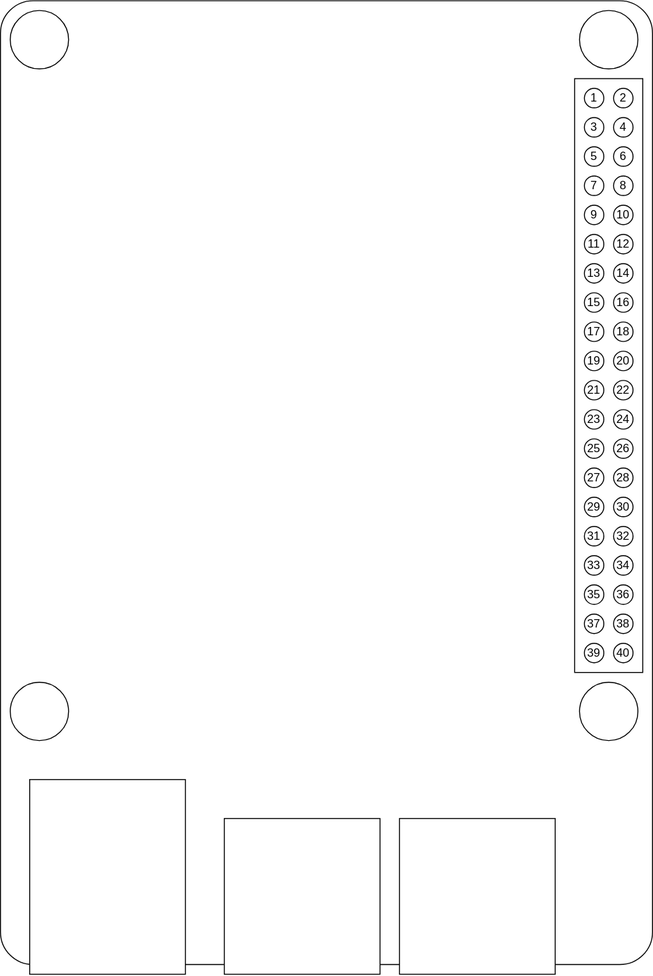
Earlier version of the draw.io export rpi-drivers/docs/PCF8591-schema.svg (jveverka/rpi-projects). Source tidied: cells renumbered, new cells last; positions are measured from the earlier drawing's top-left corner, leaving out a move shared by most shapes.
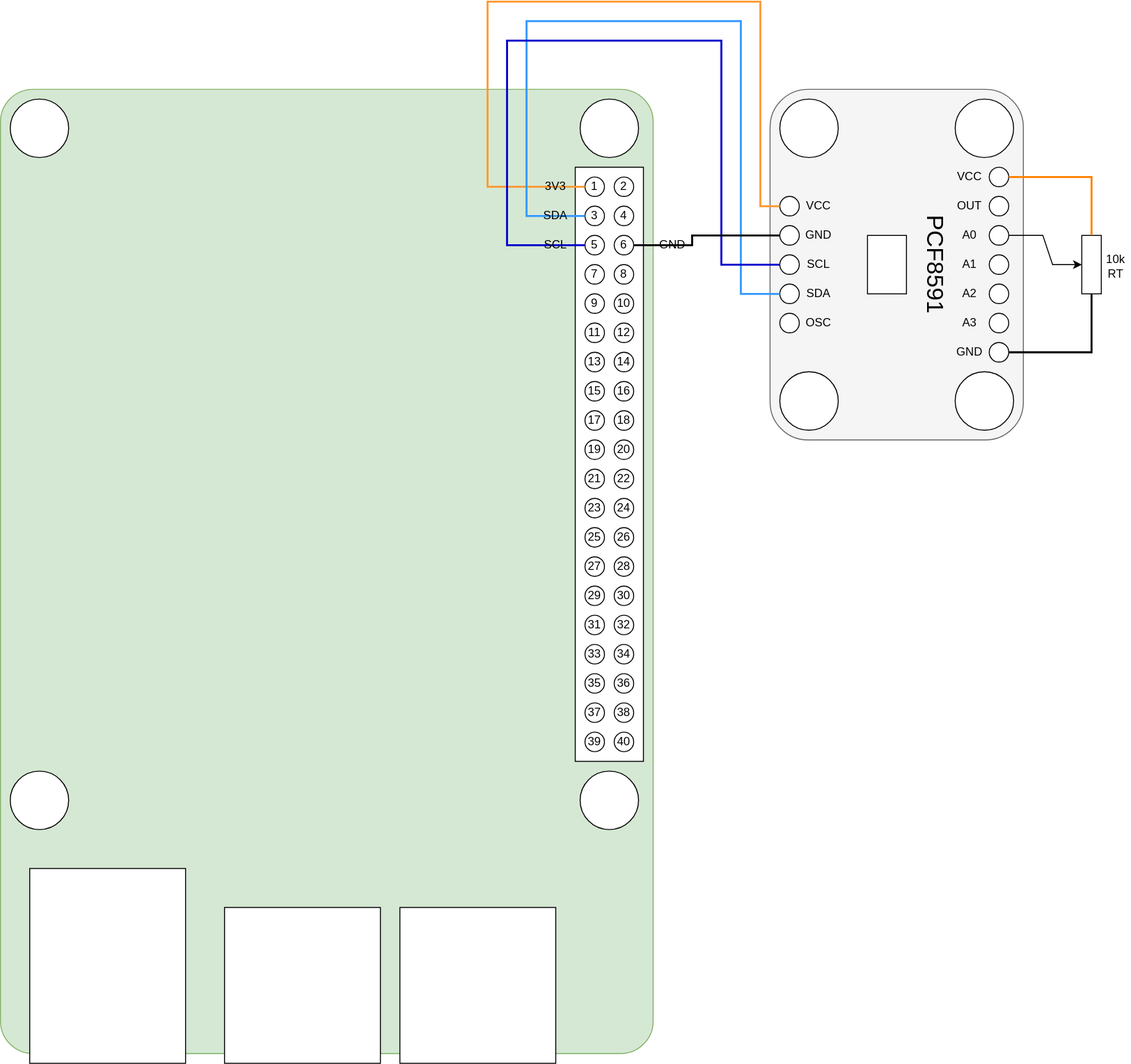
After the change.

Change to the diagram source:
```diff
@@ -2,7 +2,7 @@
   <root>
     <mxCell id="0" />
     <mxCell id="1" parent="0" />
-    <mxCell id="2" style="rounded=1;whiteSpace=wrap;html=1;arcSize=5;" parent="1" vertex="1">
+    <mxCell id="2" style="rounded=1;whiteSpace=wrap;html=1;arcSize=5;fillColor=#d5e8d4;strokeColor=#82b366;" parent="1" vertex="1">
       <mxGeometry width="670" height="990" as="geometry" />
     </mxCell>
     <mxCell id="3" style="ellipse;whiteSpace=wrap;html=1;" parent="1" vertex="1">
@@ -149,5 +149,187 @@
     <mxCell id="50" style="ellipse;whiteSpace=wrap;html=1;" parent="1" vertex="1">
       <mxGeometry x="10" y="10" width="60" height="60" as="geometry" />
     </mxCell>
+    <mxCell id="51" style="rounded=1;whiteSpace=wrap;html=1;fillColor=#f5f5f5;strokeColor=#666666;fontColor=#333333;" parent="1" vertex="1">
+      <mxGeometry x="790" width="260" height="360" as="geometry" />
+    </mxCell>
+    <mxCell id="52" style="ellipse;whiteSpace=wrap;html=1;" parent="1" vertex="1">
+      <mxGeometry x="980" y="10" width="60" height="60" as="geometry" />
+    </mxCell>
+    <mxCell id="53" style="ellipse;whiteSpace=wrap;html=1;" parent="1" vertex="1">
+      <mxGeometry x="800" y="110" width="20" height="20" as="geometry" />
+    </mxCell>
+    <mxCell id="54" style="ellipse;whiteSpace=wrap;html=1;" parent="1" vertex="1">
+      <mxGeometry x="800" y="140" width="20" height="20" as="geometry" />
+    </mxCell>
+    <mxCell id="55" style="ellipse;whiteSpace=wrap;html=1;" parent="1" vertex="1">
+      <mxGeometry x="800" y="170" width="20" height="20" as="geometry" />
+    </mxCell>
+    <mxCell id="56" style="ellipse;whiteSpace=wrap;html=1;" parent="1" vertex="1">
+      <mxGeometry x="800" y="200" width="20" height="20" as="geometry" />
+    </mxCell>
+    <mxCell id="57" style="ellipse;whiteSpace=wrap;html=1;" parent="1" vertex="1">
+      <mxGeometry x="800" y="230" width="20" height="20" as="geometry" />
+    </mxCell>
+    <mxCell id="58" value="VCC" style="text;html=1;strokeColor=none;fillColor=none;align=center;verticalAlign=middle;whiteSpace=wrap;rounded=0;" parent="1" vertex="1">
+      <mxGeometry x="820" y="105" width="40" height="30" as="geometry" />
+    </mxCell>
+    <mxCell id="59" value="GND" style="text;html=1;strokeColor=none;fillColor=none;align=center;verticalAlign=middle;whiteSpace=wrap;rounded=0;" parent="1" vertex="1">
+      <mxGeometry x="820" y="135" width="40" height="30" as="geometry" />
+    </mxCell>
+    <mxCell id="60" value="SCL" style="text;html=1;strokeColor=none;fillColor=none;align=center;verticalAlign=middle;whiteSpace=wrap;rounded=0;" parent="1" vertex="1">
+      <mxGeometry x="820" y="165" width="40" height="30" as="geometry" />
+    </mxCell>
+    <mxCell id="61" value="SDA" style="text;html=1;strokeColor=none;fillColor=none;align=center;verticalAlign=middle;whiteSpace=wrap;rounded=0;" parent="1" vertex="1">
+      <mxGeometry x="820" y="195" width="40" height="30" as="geometry" />
+    </mxCell>
+    <mxCell id="62" value="OSC" style="text;html=1;strokeColor=none;fillColor=none;align=center;verticalAlign=middle;whiteSpace=wrap;rounded=0;" parent="1" vertex="1">
+      <mxGeometry x="820" y="225" width="40" height="30" as="geometry" />
+    </mxCell>
+    <mxCell id="63" style="ellipse;whiteSpace=wrap;html=1;" parent="1" vertex="1">
+      <mxGeometry x="980" y="290" width="60" height="60" as="geometry" />
+    </mxCell>
+    <mxCell id="64" style="ellipse;whiteSpace=wrap;html=1;" parent="1" vertex="1">
+      <mxGeometry x="800" y="290" width="60" height="60" as="geometry" />
+    </mxCell>
+    <mxCell id="65" style="ellipse;whiteSpace=wrap;html=1;" parent="1" vertex="1">
+      <mxGeometry x="800" y="10" width="60" height="60" as="geometry" />
+    </mxCell>
+    <mxCell id="66" value="&lt;font style=&quot;font-size: 24px&quot;&gt;PCF8591&lt;br&gt;&lt;/font&gt;" style="text;html=1;strokeColor=none;fillColor=none;align=center;verticalAlign=middle;whiteSpace=wrap;rounded=0;rotation=90;" parent="1" vertex="1">
+      <mxGeometry x="905" y="165" width="110" height="30" as="geometry" />
+    </mxCell>
+    <mxCell id="67" style="rounded=0;whiteSpace=wrap;html=1;" parent="1" vertex="1">
+      <mxGeometry x="890" y="150" width="40" height="60" as="geometry" />
+    </mxCell>
+    <mxCell id="68" style="ellipse;whiteSpace=wrap;html=1;" parent="1" vertex="1">
+      <mxGeometry x="1015" y="110" width="20" height="20" as="geometry" />
+    </mxCell>
+    <mxCell id="69" style="ellipse;whiteSpace=wrap;html=1;" parent="1" vertex="1">
+      <mxGeometry x="1015" y="140" width="20" height="20" as="geometry" />
+    </mxCell>
+    <mxCell id="70" style="ellipse;whiteSpace=wrap;html=1;" parent="1" vertex="1">
+      <mxGeometry x="1015" y="170" width="20" height="20" as="geometry" />
+    </mxCell>
+    <mxCell id="71" style="ellipse;whiteSpace=wrap;html=1;" parent="1" vertex="1">
+      <mxGeometry x="1015" y="200" width="20" height="20" as="geometry" />
+    </mxCell>
+    <mxCell id="72" style="ellipse;whiteSpace=wrap;html=1;" parent="1" vertex="1">
+      <mxGeometry x="1015" y="230" width="20" height="20" as="geometry" />
+    </mxCell>
+    <mxCell id="73" style="ellipse;whiteSpace=wrap;html=1;" parent="1" vertex="1">
+      <mxGeometry x="1015" y="80" width="20" height="20" as="geometry" />
+    </mxCell>
+    <mxCell id="74" style="ellipse;whiteSpace=wrap;html=1;" parent="1" vertex="1">
+      <mxGeometry x="1015" y="260" width="20" height="20" as="geometry" />
+    </mxCell>
+    <mxCell id="75" value="VCC" style="text;html=1;strokeColor=none;fillColor=none;align=center;verticalAlign=middle;whiteSpace=wrap;rounded=0;" parent="1" vertex="1">
+      <mxGeometry x="975" y="75" width="40" height="30" as="geometry" />
+    </mxCell>
+    <mxCell id="76" value="OUT" style="text;html=1;strokeColor=none;fillColor=none;align=center;verticalAlign=middle;whiteSpace=wrap;rounded=0;" parent="1" vertex="1">
+      <mxGeometry x="975" y="105" width="40" height="30" as="geometry" />
+    </mxCell>
+    <mxCell id="77" value="GND" style="text;html=1;strokeColor=none;fillColor=none;align=center;verticalAlign=middle;whiteSpace=wrap;rounded=0;" parent="1" vertex="1">
+      <mxGeometry x="975" y="255" width="40" height="30" as="geometry" />
+    </mxCell>
+    <mxCell id="78" value="A0" style="text;html=1;strokeColor=none;fillColor=none;align=center;verticalAlign=middle;whiteSpace=wrap;rounded=0;" parent="1" vertex="1">
+      <mxGeometry x="975" y="135" width="40" height="30" as="geometry" />
+    </mxCell>
+    <mxCell id="79" value="A1" style="text;html=1;strokeColor=none;fillColor=none;align=center;verticalAlign=middle;whiteSpace=wrap;rounded=0;" parent="1" vertex="1">
+      <mxGeometry x="975" y="165" width="40" height="30" as="geometry" />
+    </mxCell>
+    <mxCell id="80" value="A2" style="text;html=1;strokeColor=none;fillColor=none;align=center;verticalAlign=middle;whiteSpace=wrap;rounded=0;" parent="1" vertex="1">
+      <mxGeometry x="975" y="195" width="40" height="30" as="geometry" />
+    </mxCell>
+    <mxCell id="81" value="A3" style="text;html=1;strokeColor=none;fillColor=none;align=center;verticalAlign=middle;whiteSpace=wrap;rounded=0;" parent="1" vertex="1">
+      <mxGeometry x="975" y="225" width="40" height="30" as="geometry" />
+    </mxCell>
+    <mxCell id="82" style="endArrow=none;html=1;rounded=0;entryX=0;entryY=0.5;entryDx=0;entryDy=0;exitX=0;exitY=0.5;exitDx=0;exitDy=0;strokeWidth=2;strokeColor=#FF9933;" parent="1" edge="1">
+      <mxGeometry relative="1" as="geometry">
+        <mxPoint x="600" y="100" as="sourcePoint" />
+        <mxPoint x="800" y="120" as="targetPoint" />
+        <Array as="points">
+          <mxPoint x="500" y="100" />
+          <mxPoint x="500" y="-90" />
+          <mxPoint x="780" y="-90" />
+          <mxPoint x="780" y="120" />
+        </Array>
+      </mxGeometry>
+    </mxCell>
+    <mxCell id="83" style="endArrow=none;html=1;rounded=0;entryX=0;entryY=0.5;entryDx=0;entryDy=0;exitX=0;exitY=0.5;exitDx=0;exitDy=0;strokeColor=#3399FF;strokeWidth=2;" parent="1" edge="1">
+      <mxGeometry relative="1" as="geometry">
+        <mxPoint x="600" y="130" as="sourcePoint" />
+        <mxPoint x="800" y="210" as="targetPoint" />
+        <Array as="points">
+          <mxPoint x="540" y="130" />
+          <mxPoint x="540" y="-70" />
+          <mxPoint x="760" y="-70" />
+          <mxPoint x="760" y="210" />
+        </Array>
+      </mxGeometry>
+    </mxCell>
+    <mxCell id="84" style="endArrow=none;html=1;rounded=0;entryX=0;entryY=0.5;entryDx=0;entryDy=0;exitX=0;exitY=0.5;exitDx=0;exitDy=0;strokeColor=#0000CC;strokeWidth=2;" parent="1" edge="1">
+      <mxGeometry relative="1" as="geometry">
+        <mxPoint x="600" y="160" as="sourcePoint" />
+        <mxPoint x="800" y="180" as="targetPoint" />
+        <Array as="points">
+          <mxPoint x="520" y="160" />
+          <mxPoint x="520" y="-50" />
+          <mxPoint x="740" y="-50" />
+          <mxPoint x="740" y="180" />
+        </Array>
+      </mxGeometry>
+    </mxCell>
+    <mxCell id="85" style="endArrow=none;html=1;rounded=0;exitX=1;exitY=0.5;exitDx=0;exitDy=0;entryX=0;entryY=0.5;entryDx=0;entryDy=0;strokeWidth=2;" parent="1" edge="1">
+      <mxGeometry relative="1" as="geometry">
+        <mxPoint x="650" y="160" as="sourcePoint" />
+        <mxPoint x="800" y="150" as="targetPoint" />
+        <Array as="points">
+          <mxPoint x="710" y="160" />
+          <mxPoint x="710" y="150" />
+        </Array>
+      </mxGeometry>
+    </mxCell>
+    <mxCell id="86" value="SCL" style="text;html=1;strokeColor=none;fillColor=none;align=center;verticalAlign=middle;whiteSpace=wrap;rounded=0;" parent="1" vertex="1">
+      <mxGeometry x="550" y="145" width="40" height="30" as="geometry" />
+    </mxCell>
+    <mxCell id="87" value="SDA" style="text;html=1;strokeColor=none;fillColor=none;align=center;verticalAlign=middle;whiteSpace=wrap;rounded=0;" parent="1" vertex="1">
+      <mxGeometry x="550" y="115" width="40" height="30" as="geometry" />
+    </mxCell>
+    <mxCell id="88" value="3V3" style="text;html=1;strokeColor=none;fillColor=none;align=center;verticalAlign=middle;whiteSpace=wrap;rounded=0;" parent="1" vertex="1">
+      <mxGeometry x="550" y="85" width="40" height="30" as="geometry" />
+    </mxCell>
+    <mxCell id="89" value="GND" style="text;html=1;strokeColor=none;fillColor=none;align=center;verticalAlign=middle;whiteSpace=wrap;rounded=0;" parent="1" vertex="1">
+      <mxGeometry x="670" y="145" width="40" height="30" as="geometry" />
+    </mxCell>
+    <mxCell id="90" style="rounded=0;whiteSpace=wrap;html=1;" parent="1" vertex="1">
+      <mxGeometry x="1110" y="150" width="20" height="60" as="geometry" />
+    </mxCell>
+    <mxCell id="91" style="endArrow=none;html=1;rounded=0;entryX=1;entryY=0.5;entryDx=0;entryDy=0;exitX=0.5;exitY=0;exitDx=0;exitDy=0;strokeColor=#FF8000;strokeWidth=2;" parent="1" edge="1" source="90" target="73">
+      <mxGeometry relative="1" as="geometry">
+        <Array as="points">
+          <mxPoint x="1120" y="90" />
+        </Array>
+      </mxGeometry>
+    </mxCell>
+    <mxCell id="92" style="endArrow=none;html=1;rounded=0;entryX=0.5;entryY=1;entryDx=0;entryDy=0;exitX=1;exitY=0.5;exitDx=0;exitDy=0;strokeWidth=2;" parent="1" edge="1" source="74" target="90">
+      <mxGeometry relative="1" as="geometry">
+        <Array as="points">
+          <mxPoint x="1120" y="270" />
+        </Array>
+      </mxGeometry>
+    </mxCell>
+    <mxCell id="93" value="10k" style="text;html=1;strokeColor=none;fillColor=none;align=center;verticalAlign=middle;whiteSpace=wrap;rounded=0;" parent="1" vertex="1">
+      <mxGeometry x="1130" y="160" width="30" height="30" as="geometry" />
+    </mxCell>
+    <mxCell id="94" value="RT" style="text;html=1;strokeColor=none;fillColor=none;align=center;verticalAlign=middle;whiteSpace=wrap;rounded=0;" parent="1" vertex="1">
+      <mxGeometry x="1130" y="175" width="30" height="30" as="geometry" />
+    </mxCell>
+    <mxCell id="95" style="endArrow=classic;html=1;rounded=0;strokeColor=#000000;strokeWidth=1;entryX=0;entryY=0.5;entryDx=0;entryDy=0;exitX=1;exitY=0.5;exitDx=0;exitDy=0;" parent="1" edge="1" source="69" target="90">
+      <mxGeometry relative="1" as="geometry">
+        <Array as="points">
+          <mxPoint x="1070" y="150" />
+          <mxPoint x="1080" y="180" />
+        </Array>
+      </mxGeometry>
+    </mxCell>
   </root>
 </mxGraphModel>
```
